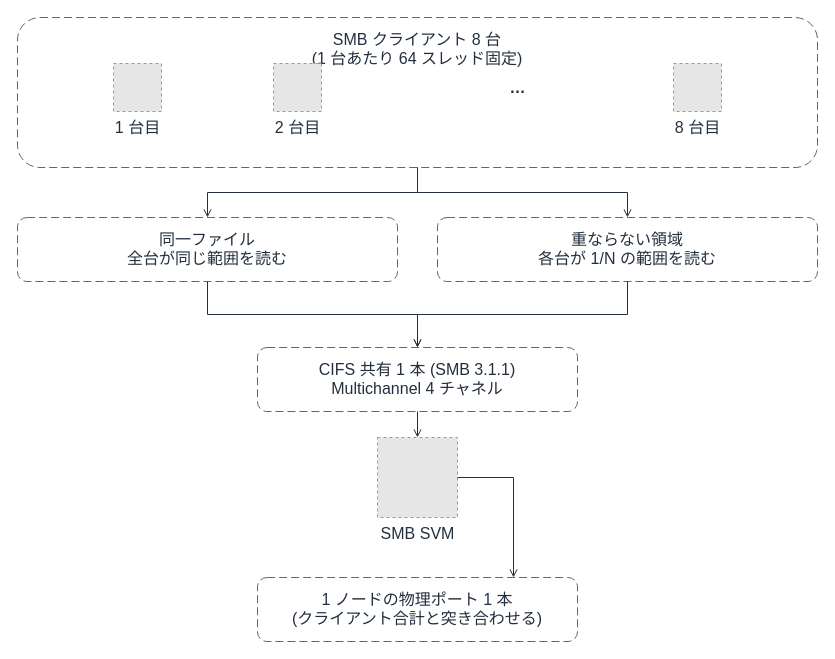
Before: docs/_assets/diagrams/s3burst-host-count.drawio in Yoshiki0705/S3-Burst-on-ONTAP-Files, a draw.io diagram. Source tidied: cells renumbered, new cells numbered last; positions are measured from the earlier drawing's top-left corner, leaving out a move shared by most shapes. Both pictures are drawn from the tidied source at 100%, with x=0, y=0 at pixel (17, 17). Pictures stored in the file or linked from it are replaced by grey dashed boxes.
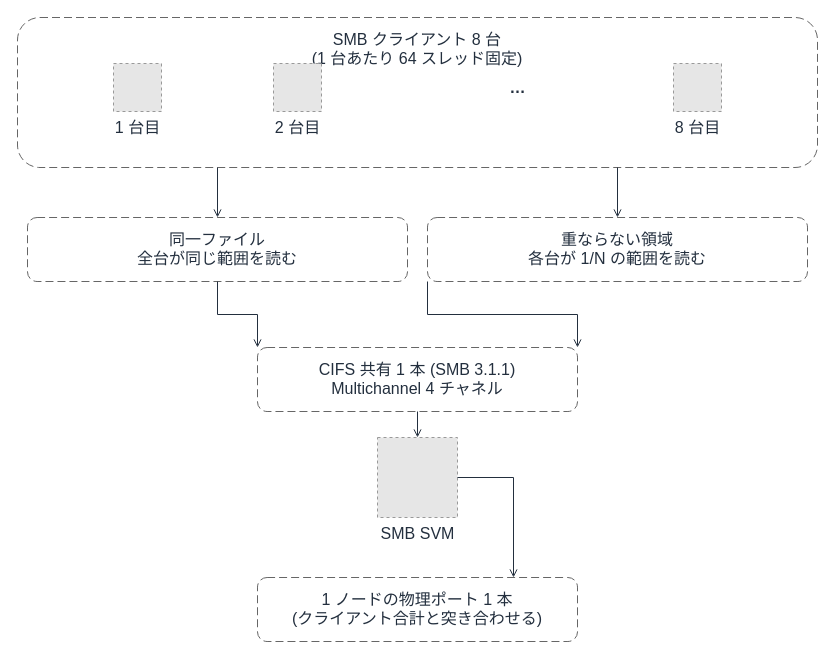
The same page after the edit.

The edit, as a diff of the source:
```diff
@@
 <mxGraphModel>
   <root>
     <mxCell id="0" />
     <mxCell id="1" parent="0" />
     <mxCell id="2" value="SMB クライアント 8 台&#10;(1 台あたり 64 スレッド固定)" style="rounded=1;whiteSpace=wrap;html=1;dashed=1;dashPattern=8 4;strokeColor=#666666;fillColor=none;fontColor=#232F3E;fontSize=16;verticalAlign=top;align=center;spacingTop=6;" parent="1" vertex="1">
       <mxGeometry width="800" height="150" as="geometry" />
     </mxCell>
     <mxCell id="3" value="同一ファイル&#10;全台が同じ範囲を読む" style="rounded=1;whiteSpace=wrap;html=1;dashed=1;dashPattern=8 4;strokeColor=#666666;fillColor=none;fontColor=#232F3E;fontSize=16;verticalAlign=top;align=center;spacingTop=6;" parent="1" vertex="1">
-      <mxGeometry y="200" width="380" height="64" as="geometry" />
+      <mxGeometry x="10" y="200" width="380" height="64" as="geometry" />
     </mxCell>
     <mxCell id="4" value="重ならない領域&#10;各台が 1/N の範囲を読む" style="rounded=1;whiteSpace=wrap;html=1;dashed=1;dashPattern=8 4;strokeColor=#666666;fillColor=none;fontColor=#232F3E;fontSize=16;verticalAlign=top;align=center;spacingTop=6;" parent="1" vertex="1">
-      <mxGeometry x="420" y="200" width="380" height="64" as="geometry" />
+      <mxGeometry x="410" y="200" width="380" height="64" as="geometry" />
     </mxCell>
     <mxCell id="5" value="CIFS 共有 1 本 (SMB 3.1.1)&#10;Multichannel 4 チャネル" style="rounded=1;whiteSpace=wrap;html=1;dashed=1;dashPattern=8 4;strokeColor=#666666;fillColor=none;fontColor=#232F3E;fontSize=16;verticalAlign=top;align=center;spacingTop=6;" parent="1" vertex="1">
       <mxGeometry x="240" y="330" width="320" height="64" as="geometry" />
     </mxCell>
     <mxCell id="6" value="1 ノードの物理ポート 1 本&#10;(クライアント合計と突き合わせる)" style="rounded=1;whiteSpace=wrap;html=1;dashed=1;dashPattern=8 4;strokeColor=#666666;fillColor=none;fontColor=#232F3E;fontSize=16;verticalAlign=top;align=center;spacingTop=6;" parent="1" vertex="1">
       <mxGeometry x="240" y="560" width="320" height="64" as="geometry" />
     </mxCell>
     <mxCell id="7" value="…" style="text;html=1;strokeColor=none;fillColor=none;align=center;verticalAlign=middle;fontSize=16;fontStyle=1;fontColor=#232F3E;" parent="1" vertex="1">
       <mxGeometry x="440" y="52" width="120" height="36" as="geometry" />
     </mxCell>
     <mxCell id="8" value="1 台目" style="fillColor=#E6E6E6;strokeColor=#999999;dashed=1;html=1;verticalLabelPosition=bottom;verticalAlign=top;labelPosition=center;align=center;fontSize=16;fontColor=#232F3E;" parent="1" vertex="1">
       <mxGeometry x="96" y="46" width="48" height="48" as="geometry" />
     </mxCell>
     <mxCell id="9" value="2 台目" style="fillColor=#E6E6E6;strokeColor=#999999;dashed=1;html=1;verticalLabelPosition=bottom;verticalAlign=top;labelPosition=center;align=center;fontSize=16;fontColor=#232F3E;" parent="1" vertex="1">
       <mxGeometry x="256" y="46" width="48" height="48" as="geometry" />
     </mxCell>
     <mxCell id="10" value="8 台目" style="fillColor=#E6E6E6;strokeColor=#999999;dashed=1;html=1;verticalLabelPosition=bottom;verticalAlign=top;labelPosition=center;align=center;fontSize=16;fontColor=#232F3E;" parent="1" vertex="1">
       <mxGeometry x="656" y="46" width="48" height="48" as="geometry" />
     </mxCell>
     <mxCell id="11" value="SMB SVM" style="fillColor=#E6E6E6;strokeColor=#999999;dashed=1;html=1;verticalLabelPosition=bottom;verticalAlign=top;labelPosition=center;align=center;fontSize=16;fontColor=#232F3E;" parent="1" vertex="1">
       <mxGeometry x="360" y="420" width="80" height="80" as="geometry" />
     </mxCell>
-    <mxCell id="12" style="edgeStyle=orthogonalEdgeStyle;rounded=0;html=1;endArrow=open;endFill=0;strokeColor=#232F3E;strokeWidth=1;fontSize=16;fontColor=#232F3E;" parent="1" edge="1" source="2" target="3">
+    <mxCell id="12" style="edgeStyle=orthogonalEdgeStyle;rounded=0;html=1;endArrow=open;endFill=0;strokeColor=#232F3E;strokeWidth=1;fontSize=16;fontColor=#232F3E;exitX=0.25;exitY=1.0;exitDx=0;exitDy=0;entryX=0.5;entryY=0.0;entryDx=0;entryDy=0;" parent="1" edge="1" source="2" target="3">
       <mxGeometry relative="1" as="geometry" />
     </mxCell>
-    <mxCell id="13" style="edgeStyle=orthogonalEdgeStyle;rounded=0;html=1;endArrow=open;endFill=0;strokeColor=#232F3E;strokeWidth=1;fontSize=16;fontColor=#232F3E;" parent="1" edge="1" source="2" target="4">
+    <mxCell id="13" style="edgeStyle=orthogonalEdgeStyle;rounded=0;html=1;endArrow=open;endFill=0;strokeColor=#232F3E;strokeWidth=1;fontSize=16;fontColor=#232F3E;exitX=0.75;exitY=1.0;exitDx=0;exitDy=0;entryX=0.5;entryY=0.0;entryDx=0;entryDy=0;" parent="1" edge="1" source="2" target="4">
       <mxGeometry relative="1" as="geometry" />
     </mxCell>
-    <mxCell id="14" style="edgeStyle=orthogonalEdgeStyle;rounded=0;html=1;endArrow=open;endFill=0;strokeColor=#232F3E;strokeWidth=1;fontSize=16;fontColor=#232F3E;" parent="1" edge="1" source="3" target="5">
+    <mxCell id="14" style="edgeStyle=orthogonalEdgeStyle;rounded=0;html=1;endArrow=open;endFill=0;strokeColor=#232F3E;strokeWidth=1;fontSize=16;fontColor=#232F3E;exitX=0.5;exitY=1.0;exitDx=0;exitDy=0;entryX=0.0;entryY=0.0;entryDx=0;entryDy=0;" parent="1" edge="1" source="3" target="5">
       <mxGeometry relative="1" as="geometry" />
     </mxCell>
-    <mxCell id="15" style="edgeStyle=orthogonalEdgeStyle;rounded=0;html=1;endArrow=open;endFill=0;strokeColor=#232F3E;strokeWidth=1;fontSize=16;fontColor=#232F3E;" parent="1" edge="1" source="4" target="5">
+    <mxCell id="15" style="edgeStyle=orthogonalEdgeStyle;rounded=0;html=1;endArrow=open;endFill=0;strokeColor=#232F3E;strokeWidth=1;fontSize=16;fontColor=#232F3E;exitX=0.0;exitY=1.0;exitDx=0;exitDy=0;entryX=1.0;entryY=0.0;entryDx=0;entryDy=0;" parent="1" edge="1" source="4" target="5">
       <mxGeometry relative="1" as="geometry" />
     </mxCell>
     <mxCell id="16" style="edgeStyle=orthogonalEdgeStyle;rounded=0;html=1;endArrow=open;endFill=0;strokeColor=#232F3E;strokeWidth=1;fontSize=16;fontColor=#232F3E;" parent="1" edge="1" source="5" target="11">
       <mxGeometry relative="1" as="geometry" />
     </mxCell>
     <mxCell id="17" style="edgeStyle=orthogonalEdgeStyle;rounded=0;html=1;endArrow=open;endFill=0;strokeColor=#232F3E;strokeWidth=1;fontSize=16;fontColor=#232F3E;exitX=1.0;exitY=0.5;exitDx=0;exitDy=0;entryX=0.8;entryY=0.0;entryDx=0;entryDy=0;" parent="1" edge="1" source="11" target="6">
       <mxGeometry relative="1" as="geometry" />
     </mxCell>
   </root>
 </mxGraphModel>
```
